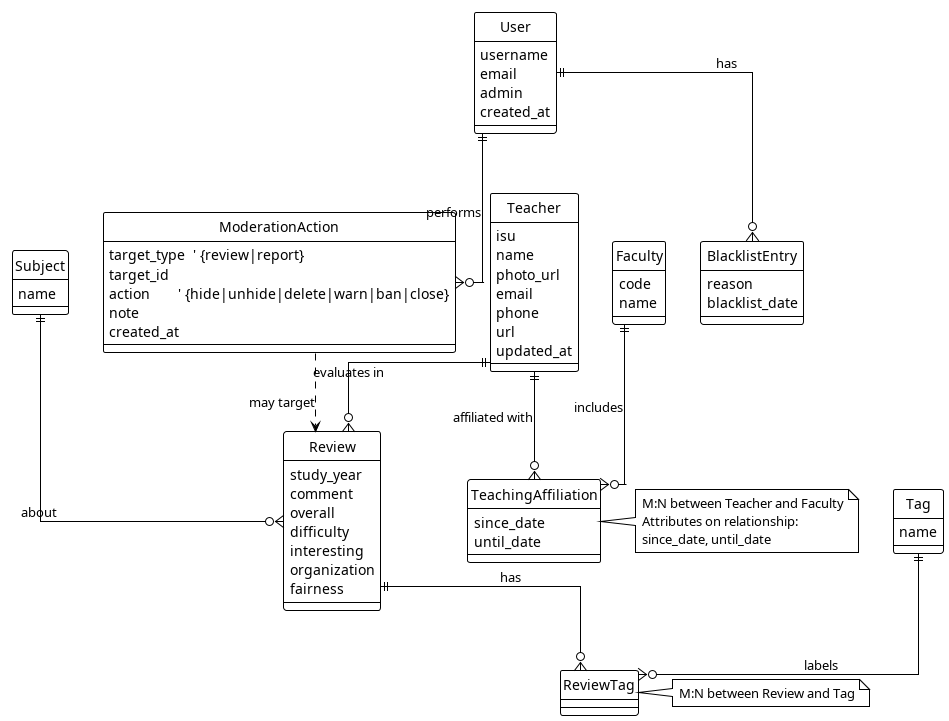
tenolly/reviews-system keeps this PlantUML diagram as out/assets/er_model/er.png. Above is the earlier version.
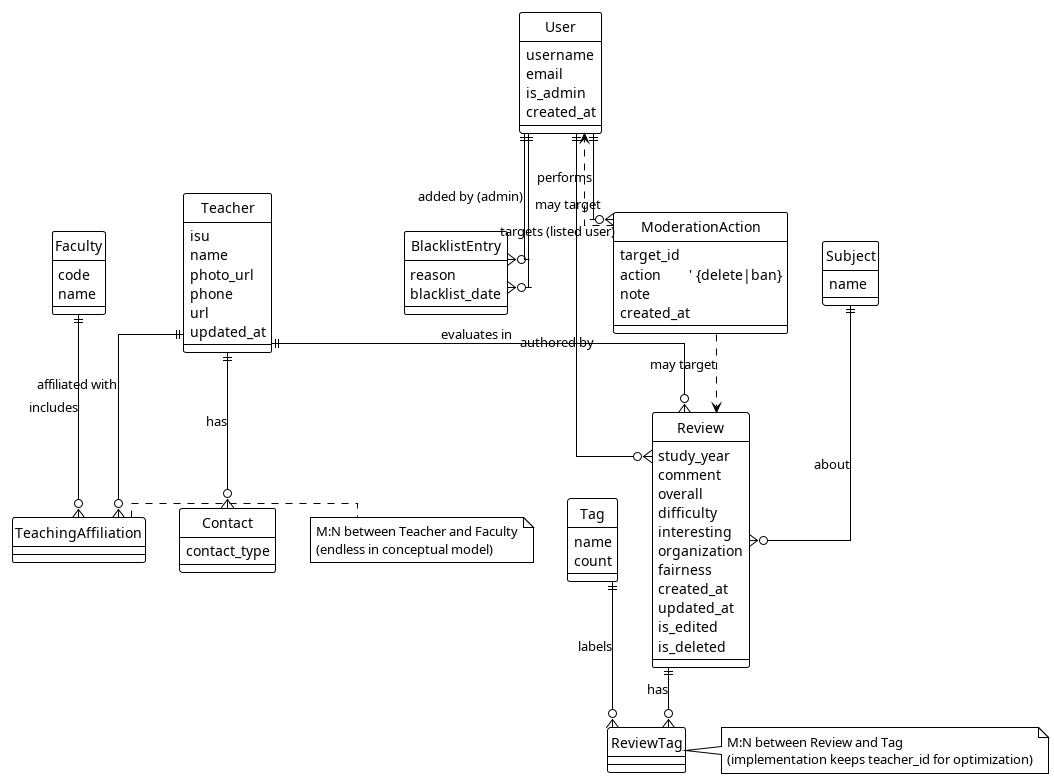
The same diagram one commit later.

What changed in the source:
```diff
@@ -6,7 +6,7 @@
 entity "User" as User {
   username
   email
-  admin
+  is_admin
   created_at
 }
 
@@ -14,10 +14,13 @@
   isu
   name
   photo_url
-  email
   phone
   url
   updated_at
+}
+
+entity "Contact" as Contact {
+  contact_type
 }
 
 entity "Subject" as Subject {
@@ -26,6 +29,7 @@
 
 entity "Tag" as Tag {
   name
+  count
 }
 
 entity "Faculty" as Faculty {
@@ -34,8 +38,6 @@
 }
 
 entity "TeachingAffiliation" as TeachingAffiliation {
-  since_date
-  until_date
 }
 
 entity "Review" as Review {
@@ -46,6 +48,10 @@
   interesting
   organization
   fairness
+  created_at
+  updated_at
+  is_edited
+  is_deleted
 }
 
 entity "ReviewTag" as ReviewTag {
@@ -57,34 +63,38 @@
 }
 
 entity "ModerationAction" as ModerationAction {
-  target_type  ' {review|report}
   target_id
-  action       ' {hide|unhide|delete|warn|ban|close}
+  action       ' {delete|ban}
   note
   created_at
 }
 
 Teacher  ||--o{ Review               : evaluates in
 Subject  ||--o{ Review               : about
+User     ||--o{ Review               : authored by
+
 Review   ||--o{ ReviewTag            : has
 Tag      ||--o{ ReviewTag            : labels
 
 Teacher  ||--o{ TeachingAffiliation  : affiliated with
 Faculty  ||--o{ TeachingAffiliation  : includes
 
-User     ||--o{ BlacklistEntry       : has
+Teacher  ||--o{ Contact              : has
+
+User     ||--o{ BlacklistEntry       : added by (admin)
+User     ||--o{ BlacklistEntry       : targets (listed user)
+
 User     ||--o{ ModerationAction     : performs
-
-ModerationAction ..> Review : may target
+ModerationAction ..> Review           : may target
+ModerationAction ..> User             : may target
 
 note right of TeachingAffiliation
 M:N between Teacher and Faculty
-Attributes on relationship:
-since_date, until_date
+(endless in conceptual model)
 end note
 
 note right of ReviewTag
 M:N between Review and Tag
+(implementation keeps teacher_id for optimization)
 end note
-
 @enduml
```
